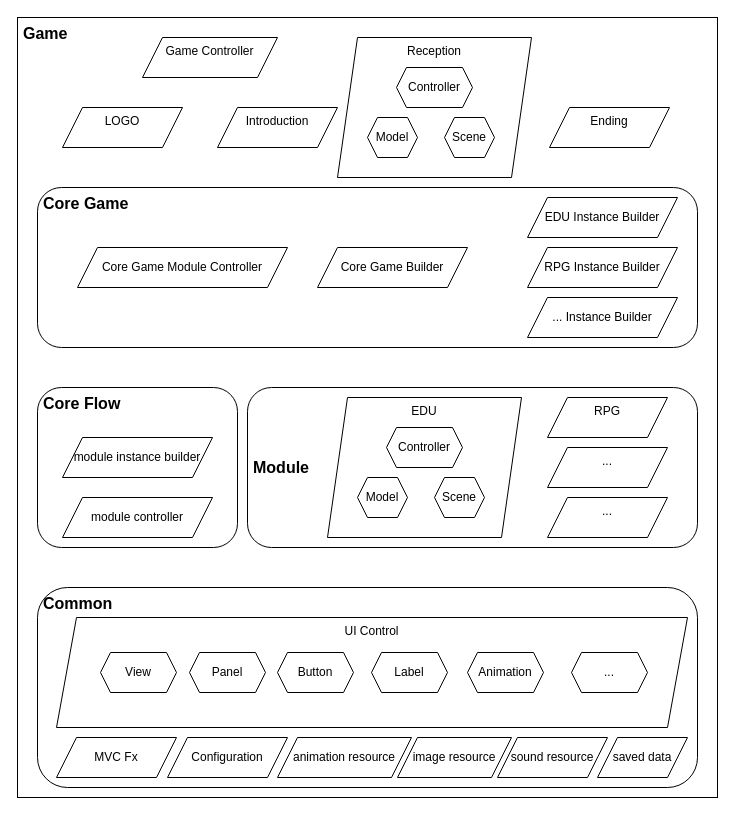
Above: page "功能架构" (2 of 4) of PyGamePOC/design/game_design.drawio in kai-liki/Study (draw.io), before the change. Source tidied: cells renumbered, new cells numbered last; positions are measured from the earlier drawing's top-left corner, leaving out a move shared by most shapes. Both pictures are drawn from the tidied source at 100%, with x=0, y=0 at pixel (17, 17).
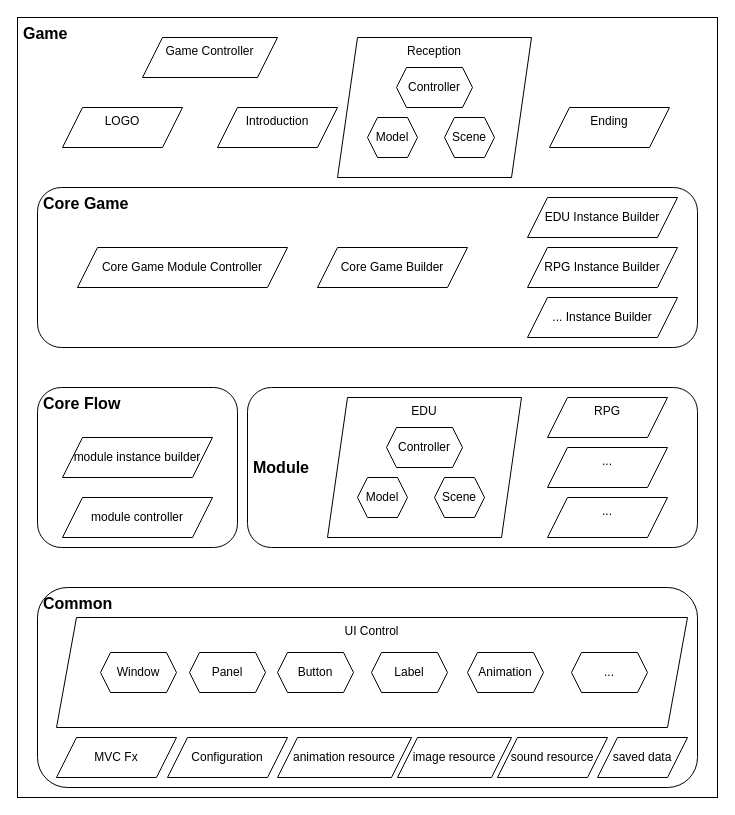
The same page after the edit.

Change to the diagram source:
```diff
@@
-    <mxCell id="31" value="View" style="shape=hexagon;perimeter=hexagonPerimeter2;whiteSpace=wrap;html=1;fixedSize=1;align=center;verticalAlign=middle;spacingLeft=4;spacingRight=4;fontFamily=Helvetica;fontSize=12;fontColor=default;fillColor=none;gradientColor=none;size=10;" parent="1" vertex="1">
+    <mxCell id="31" value="Window" style="shape=hexagon;perimeter=hexagonPerimeter2;whiteSpace=wrap;html=1;fixedSize=1;align=center;verticalAlign=middle;spacingLeft=4;spacingRight=4;fontFamily=Helvetica;fontSize=12;fontColor=default;fillColor=none;gradientColor=none;size=10;" parent="1" vertex="1">
       <mxGeometry x="83" y="635" width="76" height="40" as="geometry" />
     </mxCell>
```
